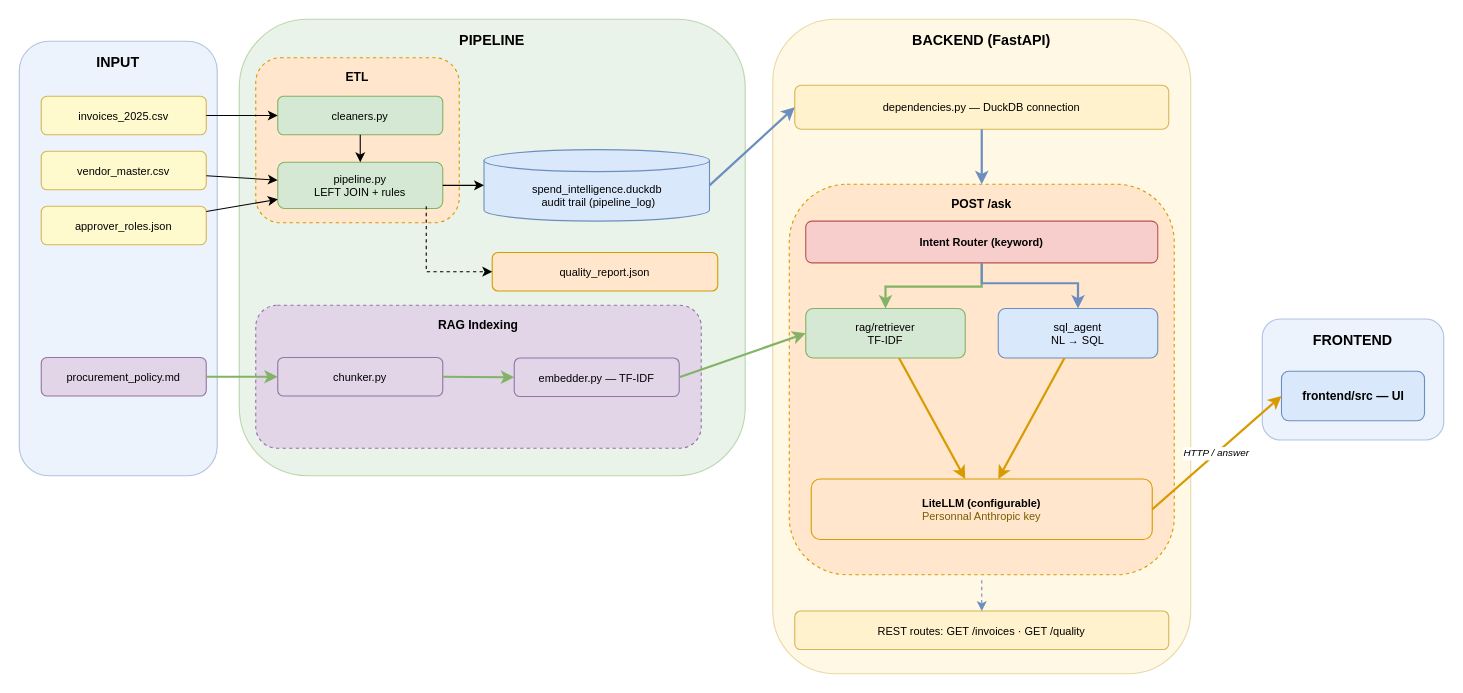
Earlier version of the draw.io diagram docs/architecture.drawio (nicomathieu/AZ_financial_spend_intelligence). Source tidied: cells renumbered, new cells numbered last; positions are measured from the earlier drawing's top-left corner, leaving out a move shared by most shapes. Both pictures are drawn from the tidied source at 110%, with x=0, y=0 at pixel (19, 19).
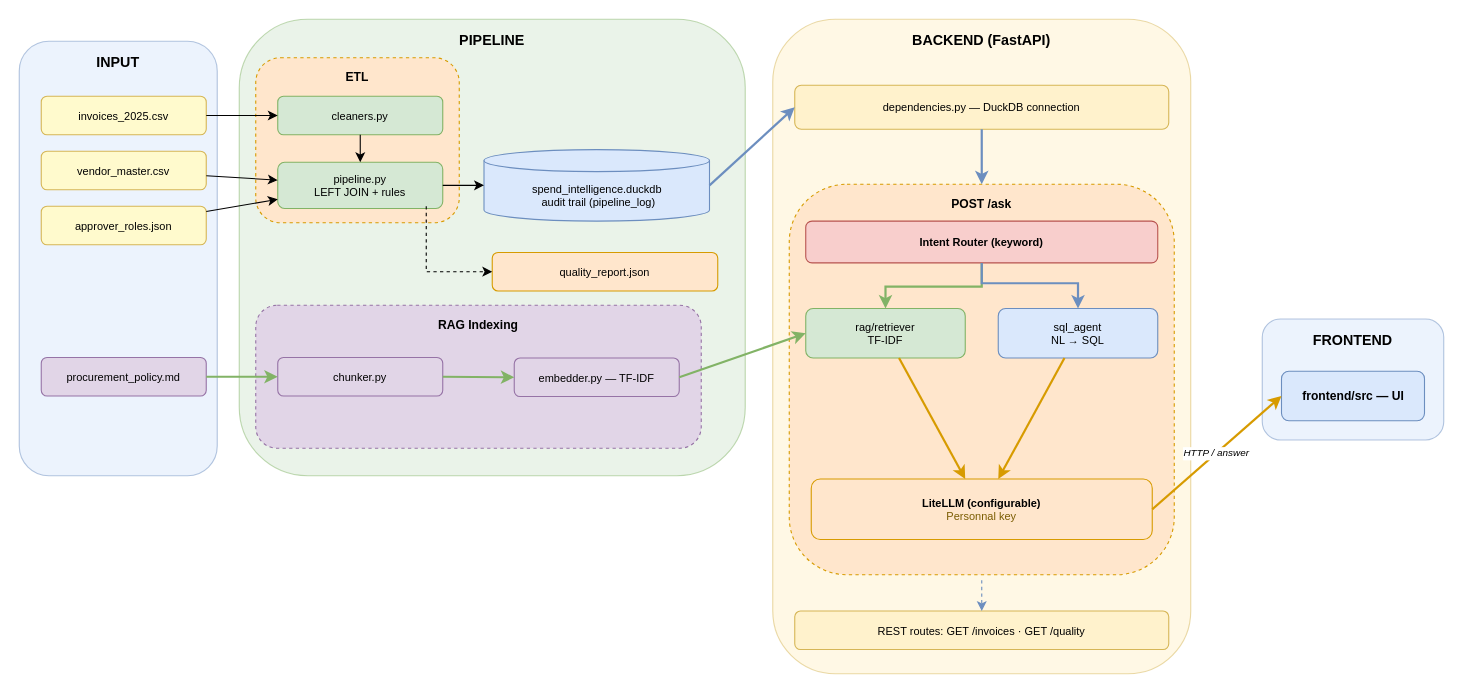
Above is the later version.

The edit, as a diff of the source:
```diff
@@
-    <mxCell id="23" value="&lt;b&gt;LiteLLM (configurable)&lt;/b&gt;&lt;br&gt;&lt;font size=&quot;1&quot; color=&quot;#7a5c00&quot;&gt;Personnal Anthropic key&lt;/font&gt;" style="rounded=1;whiteSpace=wrap;html=1;fillColor=#ffe6cc;strokeColor=#d79b00;fontSize=10;" parent="1" vertex="1">
+    <mxCell id="23" value="&lt;b&gt;LiteLLM (configurable)&lt;/b&gt;&lt;br&gt;&lt;font size=&quot;1&quot; color=&quot;#7a5c00&quot;&gt;Personnal key&lt;/font&gt;" style="rounded=1;whiteSpace=wrap;html=1;fillColor=#ffe6cc;strokeColor=#d79b00;fontSize=10;" parent="1" vertex="1">
       <mxGeometry x="720" y="418" width="310" height="55" as="geometry" />
     </mxCell>
```
